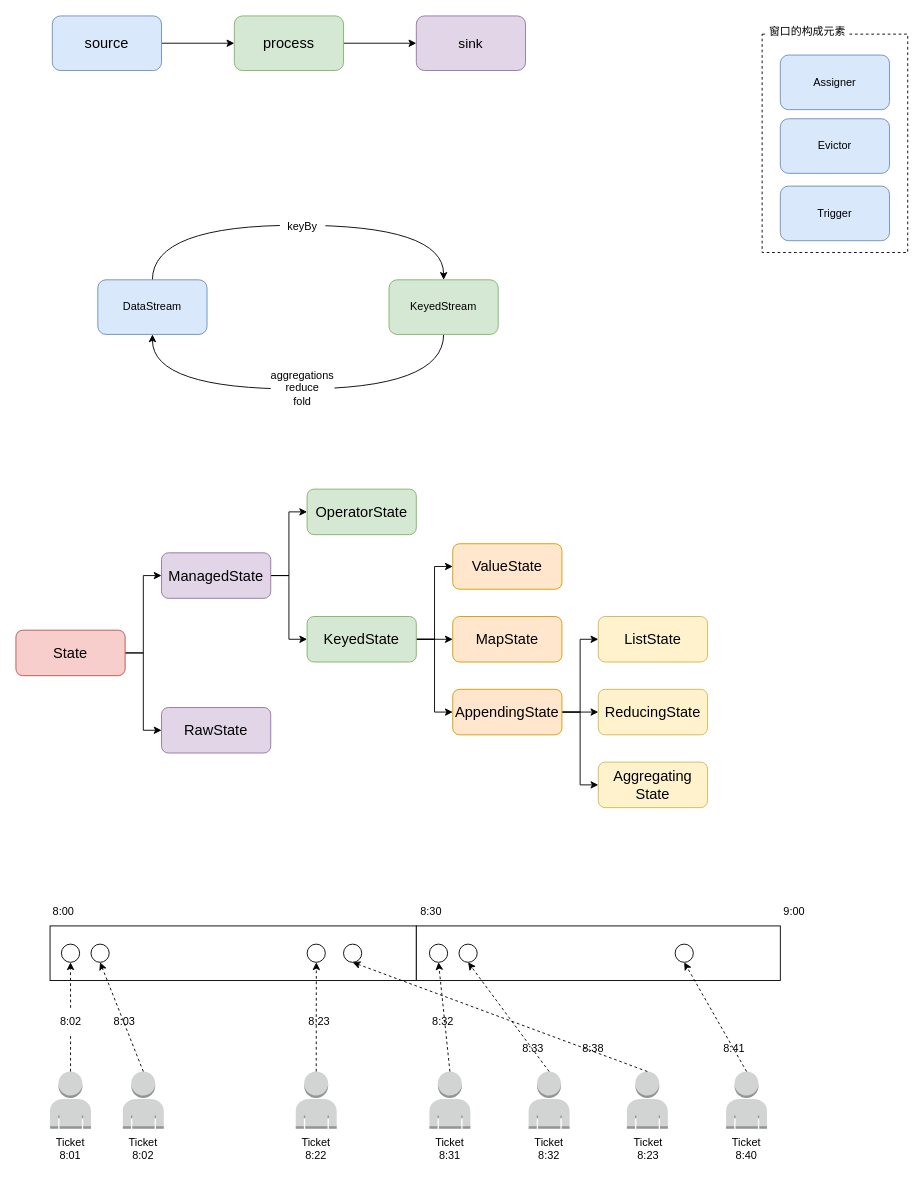
Above: flink.drawio in ZiqingYip/moment (draw.io), before the change. Source tidied: cells renumbered, new cells numbered last; positions are measured from the earlier drawing's top-left corner, leaving out a move shared by most shapes. Both pictures are drawn from the tidied source at 91%, with x=0, y=0 at pixel (15, 15).
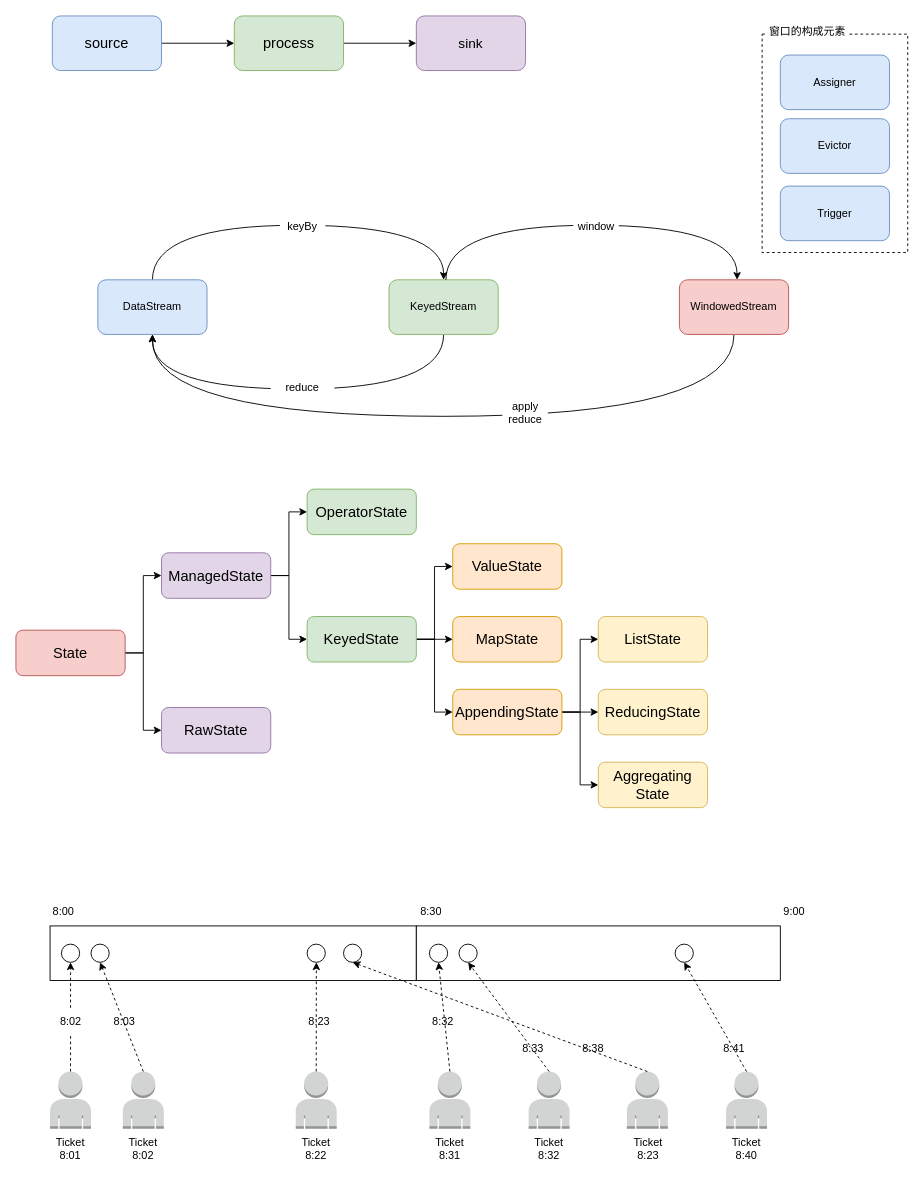
The same diagram, later.

The change refers to these unchanged cells:
```xml
<mxCell id="8" value="DataStream" style="rounded=1;whiteSpace=wrap;html=1;fillColor=#dae8fc;strokeColor=#6c8ebf;" parent="1" vertex="1">
  <mxGeometry x="90" y="290" width="120" height="60" as="geometry" />
</mxCell>
```

The edit, as a diff of the source:
```diff
@@
-    <mxCell id="12" value="aggregations&lt;br&gt;reduce&lt;br&gt;fold" style="text;html=1;strokeColor=none;fillColor=default;align=center;verticalAlign=middle;whiteSpace=wrap;rounded=0;" parent="1" vertex="1">
+    <mxCell id="12" value="reduce" style="text;html=1;strokeColor=none;fillColor=default;align=center;verticalAlign=middle;whiteSpace=wrap;rounded=0;" parent="1" vertex="1">
       <mxGeometry x="280" y="394" width="70" height="30" as="geometry" />
     </mxCell>
@@
+    <mxCell id="80" style="edgeStyle=orthogonalEdgeStyle;rounded=0;jettySize=auto;html=1;exitX=0.5;exitY=1;exitDx=0;exitDy=0;entryX=0.5;entryY=1;entryDx=0;entryDy=0;curved=1;" parent="1" edge="1" source="81" target="8">
+      <mxGeometry relative="1" as="geometry">
+        <Array as="points">
+          <mxPoint x="789" y="440" />
+          <mxPoint x="150" y="440" />
+        </Array>
+      </mxGeometry>
+    </mxCell>
+    <mxCell id="81" value="WindowedStream" style="rounded=1;whiteSpace=wrap;html=1;fillColor=#f8cecc;strokeColor=#b85450;" parent="1" vertex="1">
+      <mxGeometry x="729.1" y="290" width="120" height="60" as="geometry" />
+    </mxCell>
+    <mxCell id="82" style="edgeStyle=orthogonalEdgeStyle;curved=1;rounded=0;orthogonalLoop=1;jettySize=auto;html=1;exitX=0.5;exitY=0;exitDx=0;exitDy=0;entryX=0.5;entryY=0;entryDx=0;entryDy=0;" parent="1" edge="1">
+      <mxGeometry relative="1" as="geometry">
+        <mxPoint x="472.5" y="290" as="sourcePoint" />
+        <mxPoint x="792.5" y="290" as="targetPoint" />
+        <Array as="points">
+          <mxPoint x="472.5" y="230" />
+          <mxPoint x="792.5" y="230" />
+        </Array>
+      </mxGeometry>
+    </mxCell>
+    <mxCell id="83" value="window" style="text;html=1;strokeColor=none;fillColor=default;align=center;verticalAlign=middle;whiteSpace=wrap;rounded=0;" parent="1" vertex="1">
+      <mxGeometry x="612.5" y="217" width="50" height="30" as="geometry" />
+    </mxCell>
+    <mxCell id="84" value="apply&lt;br&gt;reduce" style="text;html=1;strokeColor=none;fillColor=default;align=center;verticalAlign=middle;whiteSpace=wrap;rounded=0;" parent="1" vertex="1">
+      <mxGeometry x="534.5" y="421" width="50" height="30" as="geometry" />
+    </mxCell>
```
